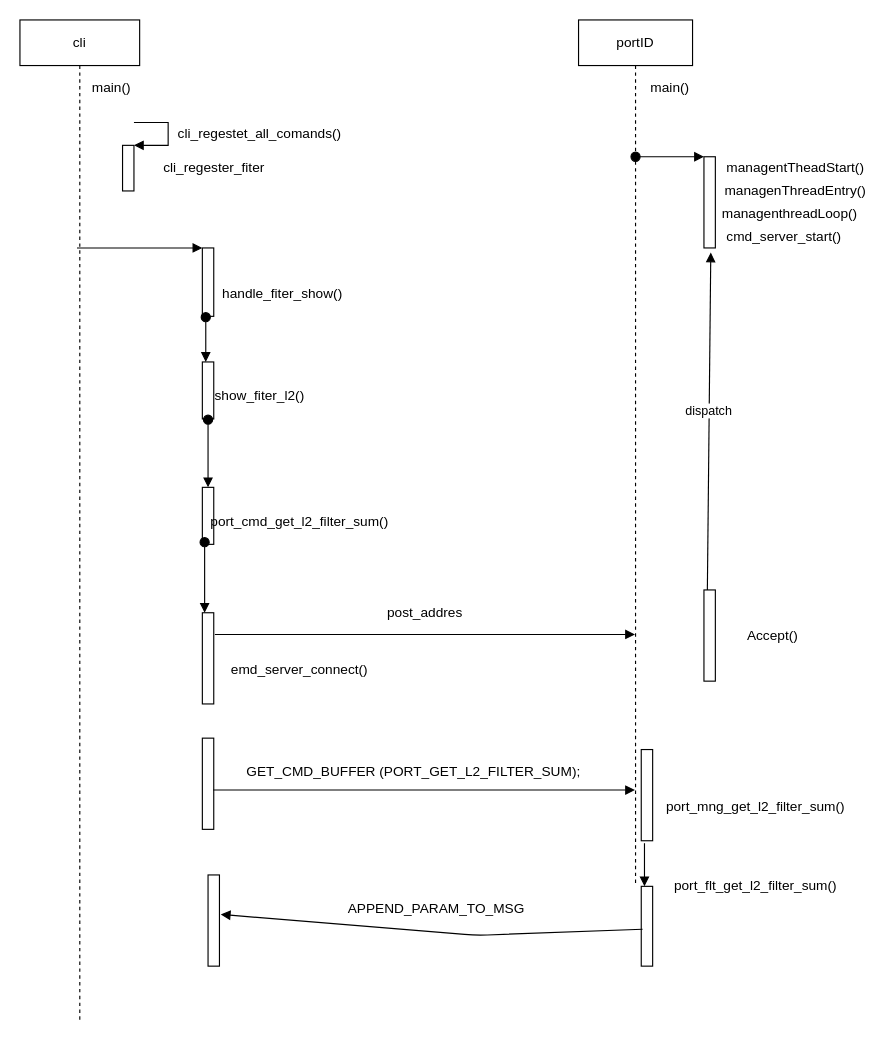
Before: Untitled Diagram.drawio in adambaylin/aa, a draw.io diagram. Source tidied: cells renumbered, new cells numbered last; positions are measured from the earlier drawing's top-left corner, leaving out a move shared by most shapes. Both pictures are drawn from the tidied source at 114%, with x=0, y=0 at pixel (19, 19).
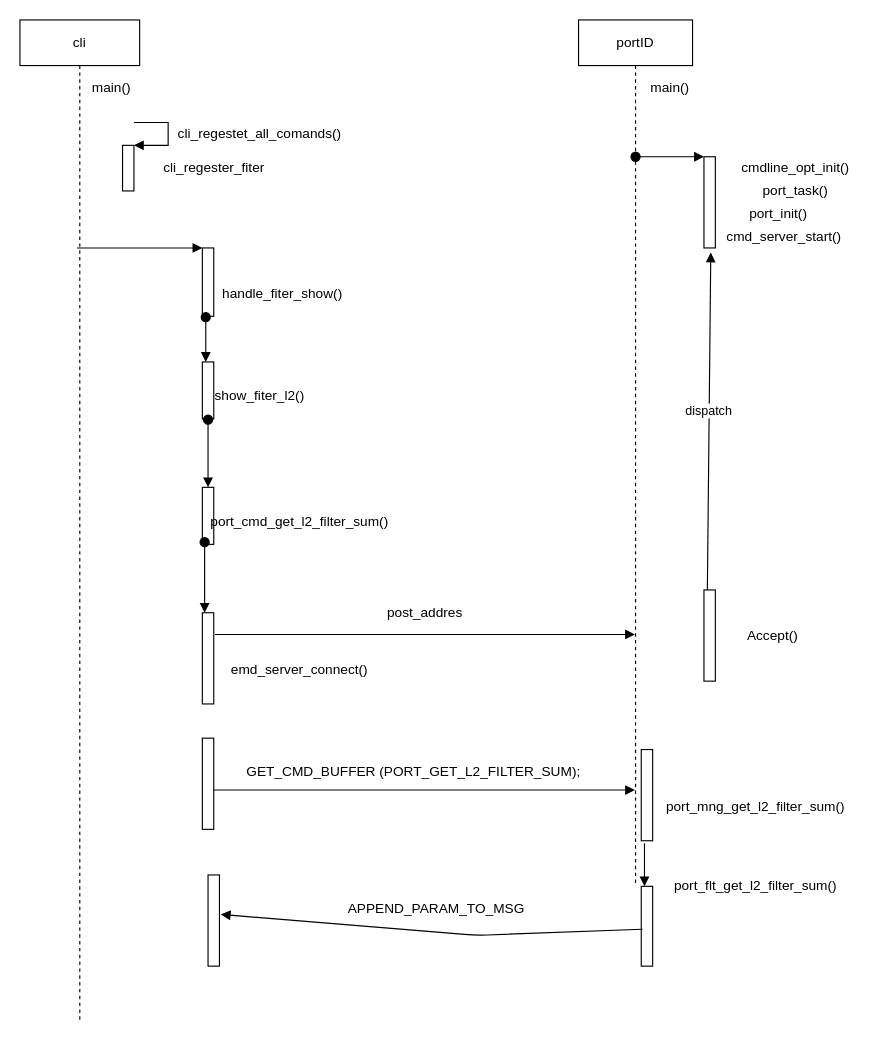
The same page after the edit.

Change to the diagram source:
```diff
@@
-    <mxCell id="24" value="managentTheadStart()" style="text;html=1;align=center;verticalAlign=middle;strokeColor=none;" parent="1" vertex="1">
-      <mxGeometry x="610" y="120" width="140" height="20" as="geometry" />
+    <mxCell id="24" value="cmdline_opt_init()" style="text;html=1;align=center;verticalAlign=middle;strokeColor=none;" parent="1" vertex="1">
+      <mxGeometry x="625" y="120" width="110" height="20" as="geometry" />
     </mxCell>
-    <mxCell id="25" value="managenThreadEntry()" style="text;html=1;align=center;verticalAlign=middle;strokeColor=none;" parent="1" vertex="1">
-      <mxGeometry x="610" y="140" width="140" height="20" as="geometry" />
+    <mxCell id="25" value="port_task()" style="text;html=1;align=center;verticalAlign=middle;strokeColor=none;" parent="1" vertex="1">
+      <mxGeometry x="645" y="140" width="70" height="20" as="geometry" />
     </mxCell>
-    <mxCell id="26" value="managenthreadLoop()" style="text;html=1;align=center;verticalAlign=middle;strokeColor=none;" parent="1" vertex="1">
-      <mxGeometry x="610" y="160" width="130" height="20" as="geometry" />
-    </mxCell>
-    <mxCell id="27" value="cmd_server_start()" style="text;html=1;align=center;verticalAlign=middle;strokeColor=none;" parent="1" vertex="1">
-      <mxGeometry x="610" y="180" width="120" height="20" as="geometry" />
+    <mxCell id="27" value="port_init()" style="text;html=1;align=center;verticalAlign=middle;strokeColor=none;" parent="1" vertex="1">
+      <mxGeometry x="630" y="160" width="70" height="20" as="geometry" />
     </mxCell>
@@
+    <mxCell id="44" value="cmd_server_start()" style="text;html=1;align=center;verticalAlign=middle;strokeColor=none;" parent="1" vertex="1">
+      <mxGeometry x="610" y="180" width="120" height="20" as="geometry" />
+    </mxCell>
```
